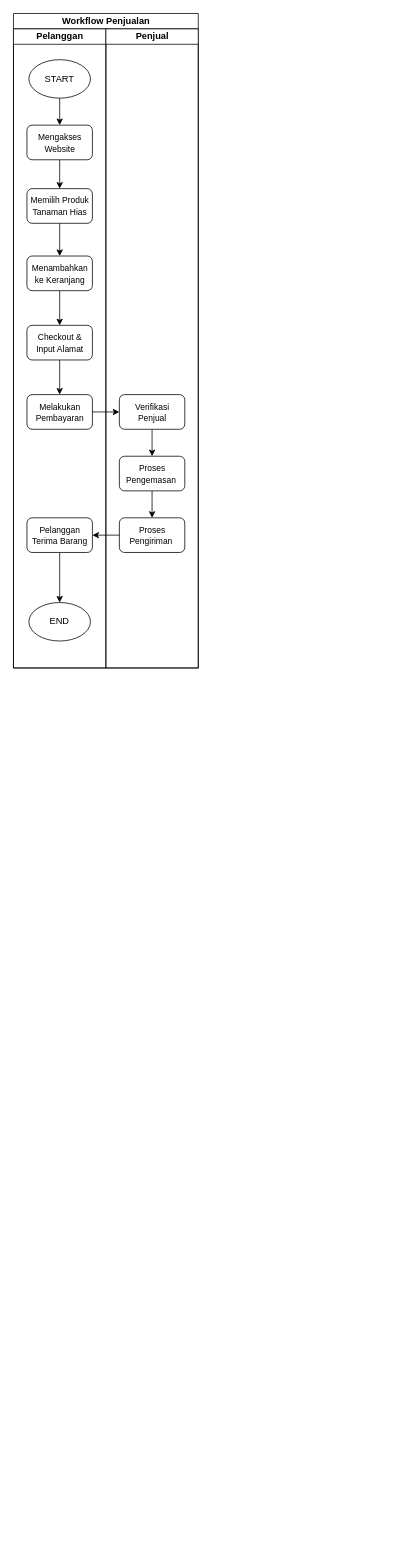
Before: Wokflow UTS RPL.drawio in xnoname2003/flowchart, a draw.io diagram. Source tidied: cells renumbered, new cells numbered last; positions are measured from the earlier drawing's top-left corner, leaving out a move shared by most shapes. Both pictures are drawn from the tidied source at 77%, with x=0, y=0 at pixel (13, 13).
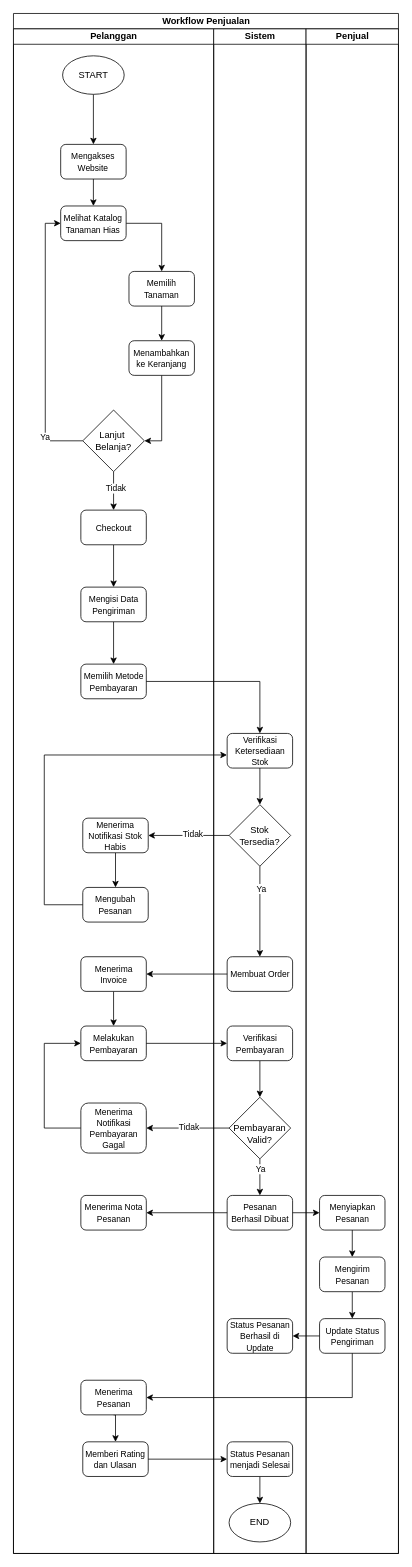
The same page after the edit.

The edit, as a diff of the source:
```diff
@@
     <mxCell id="2" value="Workflow Penjualan" style="swimlane;startSize=20;html=1;" parent="1" vertex="1">
-      <mxGeometry width="240" height="850" as="geometry" />
+      <mxGeometry width="500" height="2000" as="geometry" />
     </mxCell>
     <mxCell id="3" value="Pelanggan" style="swimlane;startSize=20;html=1;" parent="2" vertex="1">
-      <mxGeometry y="20" width="120" height="830" as="geometry" />
+      <mxGeometry y="20" width="260" height="1980" as="geometry" />
     </mxCell>
@@
     <mxCell id="5" value="START" style="ellipse;whiteSpace=wrap;html=1;" parent="3" vertex="1">
-      <mxGeometry x="20" y="40" width="80" height="50" as="geometry" />
+      <mxGeometry x="63.8" y="35" width="80" height="50" as="geometry" />
     </mxCell>
-    <mxCell id="6" style="edgeStyle=orthogonalEdgeStyle;rounded=0;jettySize=auto;html=1;exitX=0.5;exitY=1;exitDx=0;exitDy=0;entryX=0.5;entryY=0;entryDx=0;entryDy=0;" parent="3" edge="1" source="7" target="9">
-      <mxGeometry relative="1" as="geometry" />
-    </mxCell>
     <mxCell id="7" value="&lt;font style=&quot;font-size: 11px;&quot;&gt;Mengakses Website&lt;/font&gt;" style="rounded=1;whiteSpace=wrap;html=1;" parent="3" vertex="1">
-      <mxGeometry x="17.5" y="125" width="85" height="45" as="geometry" />
+      <mxGeometry x="61.3" y="150" width="85" height="45" as="geometry" />
     </mxCell>
-    <mxCell id="8" style="edgeStyle=orthogonalEdgeStyle;rounded=0;jettySize=auto;html=1;exitX=0.5;exitY=1;exitDx=0;exitDy=0;" parent="3" edge="1" source="9" target="11">
-      <mxGeometry relative="1" as="geometry" />
-    </mxCell>
-    <mxCell id="9" value="&lt;font style=&quot;font-size: 11px;&quot;&gt;Memilih Produk Tanaman Hias&lt;/font&gt;" style="rounded=1;whiteSpace=wrap;html=1;" parent="3" vertex="1">
-      <mxGeometry x="17.5" y="207.5" width="85" height="45" as="geometry" />
-    </mxCell>
-    <mxCell id="10" style="edgeStyle=orthogonalEdgeStyle;rounded=0;jettySize=auto;html=1;exitX=0.5;exitY=1;exitDx=0;exitDy=0;entryX=0.5;entryY=0;entryDx=0;entryDy=0;" parent="3" edge="1" source="11" target="13">
-      <mxGeometry relative="1" as="geometry" />
-    </mxCell>
+    <mxCell id="26" style="edgeStyle=orthogonalEdgeStyle;rounded=0;jettySize=auto;html=1;exitX=0.5;exitY=1;exitDx=0;exitDy=0;entryX=0.5;entryY=0;entryDx=0;entryDy=0;" parent="3" edge="1" source="7" target="28">
+      <mxGeometry relative="1" as="geometry" />
+    </mxCell>
+    <mxCell id="27" style="edgeStyle=orthogonalEdgeStyle;rounded=0;jettySize=auto;html=1;exitX=1;exitY=0.5;exitDx=0;exitDy=0;" parent="3" edge="1" source="28" target="30">
+      <mxGeometry relative="1" as="geometry" />
+    </mxCell>
+    <mxCell id="28" value="&lt;font style=&quot;font-size: 11px;&quot;&gt;Melihat Katalog Tanaman Hias&lt;/font&gt;" style="rounded=1;whiteSpace=wrap;html=1;" parent="3" vertex="1">
+      <mxGeometry x="61.3" y="230" width="85" height="45" as="geometry" />
+    </mxCell>
+    <mxCell id="29" style="edgeStyle=orthogonalEdgeStyle;rounded=0;jettySize=auto;html=1;" parent="3" edge="1" source="30" target="11">
+      <mxGeometry relative="1" as="geometry" />
+    </mxCell>
+    <mxCell id="30" value="&lt;font style=&quot;font-size: 11px;&quot;&gt;Memilih Tanaman&lt;/font&gt;" style="rounded=1;whiteSpace=wrap;html=1;" parent="3" vertex="1">
+      <mxGeometry x="150" y="315" width="85" height="45" as="geometry" />
+    </mxCell>
+    <mxCell id="31" style="edgeStyle=orthogonalEdgeStyle;rounded=0;jettySize=auto;html=1;exitX=0.5;exitY=1;exitDx=0;exitDy=0;entryX=1;entryY=0.5;entryDx=0;entryDy=0;" parent="3" edge="1" source="11" target="36">
+      <mxGeometry relative="1" as="geometry" />
+    </mxCell>
     <mxCell id="11" value="&lt;font style=&quot;font-size: 11px;&quot;&gt;Menambahkan ke Keranjang&lt;/font&gt;" style="rounded=1;whiteSpace=wrap;html=1;" parent="3" vertex="1">
-      <mxGeometry x="17.5" y="295" width="85" height="45" as="geometry" />
+      <mxGeometry x="150" y="405" width="85" height="45" as="geometry" />
     </mxCell>
-    <mxCell id="12" style="edgeStyle=orthogonalEdgeStyle;rounded=0;jettySize=auto;html=1;exitX=0.5;exitY=1;exitDx=0;exitDy=0;entryX=0.5;entryY=0;entryDx=0;entryDy=0;" parent="3" edge="1" source="13" target="14">
-      <mxGeometry relative="1" as="geometry" />
-    </mxCell>
-    <mxCell id="13" value="&lt;font style=&quot;font-size: 11px;&quot;&gt;Checkout &amp;amp; Input Alamat&lt;/font&gt;" style="rounded=1;whiteSpace=wrap;html=1;" parent="3" vertex="1">
-      <mxGeometry x="17.5" y="385" width="85" height="45" as="geometry" />
-    </mxCell>
+    <mxCell id="32" style="edgeStyle=orthogonalEdgeStyle;rounded=0;jettySize=auto;html=1;entryX=0;entryY=0.5;entryDx=0;entryDy=0;exitX=0;exitY=0.5;exitDx=0;exitDy=0;" parent="3" edge="1" source="36" target="28">
+      <mxGeometry relative="1" as="geometry" />
+    </mxCell>
+    <mxCell id="33" value="Ya" style="edgeLabel;html=1;align=center;verticalAlign=middle;" parent="32" vertex="1">
+      <mxGeometry x="-0.7" y="1" relative="1" as="geometry" />
+    </mxCell>
+    <mxCell id="34" style="edgeStyle=orthogonalEdgeStyle;rounded=0;jettySize=auto;html=1;exitX=0.5;exitY=1;exitDx=0;exitDy=0;" parent="3" edge="1" source="36" target="38">
+      <mxGeometry relative="1" as="geometry" />
+    </mxCell>
+    <mxCell id="35" value="Tidak" style="edgeLabel;html=1;align=center;verticalAlign=middle;" parent="34" vertex="1">
+      <mxGeometry x="-0.18" y="2" relative="1" as="geometry" />
+    </mxCell>
+    <mxCell id="36" value="Lanjut&amp;nbsp;&lt;div&gt;Belanja?&lt;/div&gt;" style="rhombus;whiteSpace=wrap;html=1;" parent="3" vertex="1">
+      <mxGeometry x="90" y="495" width="80" height="80" as="geometry" />
+    </mxCell>
+    <mxCell id="37" style="edgeStyle=orthogonalEdgeStyle;rounded=0;jettySize=auto;html=1;exitX=0.5;exitY=1;exitDx=0;exitDy=0;" parent="3" edge="1" source="38" target="40">
+      <mxGeometry relative="1" as="geometry" />
+    </mxCell>
+    <mxCell id="38" value="&lt;span style=&quot;font-size: 11px;&quot;&gt;Checkout&lt;/span&gt;" style="rounded=1;whiteSpace=wrap;html=1;" parent="3" vertex="1">
+      <mxGeometry x="87.5" y="625" width="85" height="45" as="geometry" />
+    </mxCell>
+    <mxCell id="39" style="edgeStyle=orthogonalEdgeStyle;rounded=0;jettySize=auto;html=1;exitX=0.5;exitY=1;exitDx=0;exitDy=0;entryX=0.5;entryY=0;entryDx=0;entryDy=0;" parent="3" edge="1" source="40" target="41">
+      <mxGeometry relative="1" as="geometry" />
+    </mxCell>
+    <mxCell id="40" value="&lt;span style=&quot;font-size: 11px;&quot;&gt;Mengisi Data Pengiriman&lt;/span&gt;" style="rounded=1;whiteSpace=wrap;html=1;" parent="3" vertex="1">
+      <mxGeometry x="87.5" y="725" width="85" height="45" as="geometry" />
+    </mxCell>
+    <mxCell id="41" value="&lt;span style=&quot;font-size: 11px;&quot;&gt;Memilih Metode Pembayaran&lt;/span&gt;" style="rounded=1;whiteSpace=wrap;html=1;" parent="3" vertex="1">
+      <mxGeometry x="87.5" y="825" width="85" height="45" as="geometry" />
+    </mxCell>
+    <mxCell id="42" style="edgeStyle=orthogonalEdgeStyle;rounded=0;jettySize=auto;html=1;exitX=0.5;exitY=1;exitDx=0;exitDy=0;entryX=0.5;entryY=0;entryDx=0;entryDy=0;" parent="3" edge="1" source="43" target="44">
+      <mxGeometry relative="1" as="geometry" />
+    </mxCell>
+    <mxCell id="43" value="&lt;span style=&quot;font-size: 11px;&quot;&gt;Menerima Notifikasi Stok Habis&lt;/span&gt;" style="rounded=1;whiteSpace=wrap;html=1;" parent="3" vertex="1">
+      <mxGeometry x="90" y="1025" width="85" height="45" as="geometry" />
+    </mxCell>
+    <mxCell id="44" value="&lt;span style=&quot;font-size: 11px;&quot;&gt;Mengubah Pesanan&lt;/span&gt;" style="rounded=1;whiteSpace=wrap;html=1;" parent="3" vertex="1">
+      <mxGeometry x="90" y="1115" width="85" height="45" as="geometry" />
+    </mxCell>
+    <mxCell id="45" style="edgeStyle=orthogonalEdgeStyle;rounded=0;jettySize=auto;html=1;exitX=0.5;exitY=1;exitDx=0;exitDy=0;entryX=0.5;entryY=0;entryDx=0;entryDy=0;" parent="3" edge="1" source="46" target="14">
+      <mxGeometry relative="1" as="geometry" />
+    </mxCell>
+    <mxCell id="46" value="&lt;span style=&quot;font-size: 11px;&quot;&gt;Menerima Invoice&lt;/span&gt;" style="rounded=1;whiteSpace=wrap;html=1;" parent="3" vertex="1">
+      <mxGeometry x="87.5" y="1205" width="85" height="45" as="geometry" />
+    </mxCell>
-    <mxCell id="14" value="&lt;font style=&quot;font-size: 11px;&quot;&gt;Melakukan Pembayaran&lt;/font&gt;" style="rounded=1;whiteSpace=wrap;html=1;" parent="3" vertex="1">
-      <mxGeometry x="17.5" y="475" width="85" height="45" as="geometry" />
+    <mxCell id="14" value="&lt;span style=&quot;font-size: 11px;&quot;&gt;Melakukan Pembayaran&lt;/span&gt;" style="rounded=1;whiteSpace=wrap;html=1;" parent="3" vertex="1">
+      <mxGeometry x="87.5" y="1295" width="85" height="45" as="geometry" />
     </mxCell>
-    <mxCell id="15" style="edgeStyle=orthogonalEdgeStyle;rounded=0;jettySize=auto;html=1;exitX=0.5;exitY=1;exitDx=0;exitDy=0;entryX=0.5;entryY=0;entryDx=0;entryDy=0;" parent="3" edge="1" source="16" target="17">
-      <mxGeometry relative="1" as="geometry" />
-    </mxCell>
-    <mxCell id="16" value="&lt;font style=&quot;font-size: 11px;&quot;&gt;Pelanggan Terima Barang&lt;/font&gt;" style="rounded=1;whiteSpace=wrap;html=1;" parent="3" vertex="1">
-      <mxGeometry x="17.5" y="635" width="85" height="45" as="geometry" />
-    </mxCell>
+    <mxCell id="47" style="edgeStyle=orthogonalEdgeStyle;rounded=0;jettySize=auto;html=1;entryX=0;entryY=0.5;entryDx=0;entryDy=0;exitX=0;exitY=0.5;exitDx=0;exitDy=0;" parent="3" edge="1" source="48" target="14">
+      <mxGeometry relative="1" as="geometry">
+        <Array as="points">
+          <mxPoint x="40" y="1427" />
+          <mxPoint x="40" y="1317" />
+        </Array>
+      </mxGeometry>
+    </mxCell>
+    <mxCell id="48" value="&lt;span style=&quot;font-size: 11px;&quot;&gt;Menerima Notifikasi Pembayaran Gagal&lt;/span&gt;" style="rounded=1;whiteSpace=wrap;html=1;" parent="3" vertex="1">
+      <mxGeometry x="87.5" y="1395" width="85" height="65" as="geometry" />
+    </mxCell>
+    <mxCell id="49" value="&lt;span style=&quot;font-size: 11px;&quot;&gt;Menerima Nota Pesanan&lt;/span&gt;" style="rounded=1;whiteSpace=wrap;html=1;" parent="3" vertex="1">
+      <mxGeometry x="87.5" y="1515" width="85" height="45" as="geometry" />
+    </mxCell>
+    <mxCell id="50" style="edgeStyle=orthogonalEdgeStyle;rounded=0;jettySize=auto;html=1;exitX=0.5;exitY=1;exitDx=0;exitDy=0;entryX=0.5;entryY=0;entryDx=0;entryDy=0;" parent="3" edge="1" source="51" target="52">
+      <mxGeometry relative="1" as="geometry" />
+    </mxCell>
+    <mxCell id="51" value="&lt;span style=&quot;font-size: 11px;&quot;&gt;Menerima Pesanan&lt;/span&gt;" style="rounded=1;whiteSpace=wrap;html=1;" parent="3" vertex="1">
+      <mxGeometry x="87.5" y="1755" width="85" height="45" as="geometry" />
+    </mxCell>
+    <mxCell id="52" value="&lt;span style=&quot;font-size: 11px;&quot;&gt;Memberi Rating dan Ulasan&lt;/span&gt;" style="rounded=1;whiteSpace=wrap;html=1;" parent="3" vertex="1">
+      <mxGeometry x="90" y="1835" width="85" height="45" as="geometry" />
+    </mxCell>
+    <mxCell id="53" value="Sistem" style="swimlane;startSize=20;html=1;" parent="2" vertex="1">
+      <mxGeometry x="260" y="20" width="120" height="1980" as="geometry" />
+    </mxCell>
+    <mxCell id="54" style="edgeStyle=orthogonalEdgeStyle;rounded=0;jettySize=auto;html=1;exitX=0.5;exitY=1;exitDx=0;exitDy=0;entryX=0.5;entryY=0;entryDx=0;entryDy=0;" parent="53" edge="1" source="56" target="59">
+      <mxGeometry relative="1" as="geometry" />
+    </mxCell>
+    <mxCell id="55" value="Ya" style="edgeLabel;html=1;align=center;verticalAlign=middle;" parent="54" vertex="1">
+      <mxGeometry x="-0.51" y="1" relative="1" as="geometry" />
+    </mxCell>
+    <mxCell id="56" value="Stok Tersedia?" style="rhombus;whiteSpace=wrap;html=1;" parent="53" vertex="1">
+      <mxGeometry x="20" y="1007.5" width="80" height="80" as="geometry" />
+    </mxCell>
+    <mxCell id="57" style="edgeStyle=orthogonalEdgeStyle;rounded=0;jettySize=auto;html=1;exitX=0.5;exitY=1;exitDx=0;exitDy=0;entryX=0.5;entryY=0;entryDx=0;entryDy=0;" parent="53" edge="1" source="58" target="56">
+      <mxGeometry relative="1" as="geometry" />
+    </mxCell>
+    <mxCell id="58" value="&lt;span style=&quot;font-size: 11px;&quot;&gt;Verifikasi Ketersediaan Stok&lt;/span&gt;" style="rounded=1;whiteSpace=wrap;html=1;" parent="53" vertex="1">
+      <mxGeometry x="17.5" y="915" width="85" height="45" as="geometry" />
+    </mxCell>
+    <mxCell id="59" value="&lt;span style=&quot;font-size: 11px;&quot;&gt;Membuat Order&lt;/span&gt;" style="rounded=1;whiteSpace=wrap;html=1;" parent="53" vertex="1">
+      <mxGeometry x="17.5" y="1205" width="85" height="45" as="geometry" />
+    </mxCell>
+    <mxCell id="60" style="edgeStyle=orthogonalEdgeStyle;rounded=0;jettySize=auto;html=1;entryX=0.5;entryY=0;entryDx=0;entryDy=0;" parent="53" edge="1" source="61" target="64">
+      <mxGeometry relative="1" as="geometry" />
+    </mxCell>
+    <mxCell id="61" value="&lt;span style=&quot;font-size: 11px;&quot;&gt;Verifikasi Pembayaran&lt;/span&gt;" style="rounded=1;whiteSpace=wrap;html=1;" parent="53" vertex="1">
+      <mxGeometry x="17.5" y="1295" width="85" height="45" as="geometry" />
+    </mxCell>
+    <mxCell id="62" style="edgeStyle=orthogonalEdgeStyle;rounded=0;jettySize=auto;html=1;exitX=0.5;exitY=1;exitDx=0;exitDy=0;entryX=0.5;entryY=0;entryDx=0;entryDy=0;" parent="53" edge="1" source="64" target="65">
+      <mxGeometry relative="1" as="geometry" />
+    </mxCell>
+    <mxCell id="63" value="Ya" style="edgeLabel;html=1;align=center;verticalAlign=middle;" parent="62" vertex="1">
+      <mxGeometry x="-0.46" relative="1" as="geometry" />
+    </mxCell>
+    <mxCell id="64" value="&lt;div&gt;&lt;font&gt;&lt;br&gt;&lt;/font&gt;&lt;/div&gt;&lt;font&gt;Pembayaran Valid?&lt;/font&gt;" style="rhombus;whiteSpace=wrap;html=1;" parent="53" vertex="1">
+      <mxGeometry x="20" y="1387.5" width="80" height="80" as="geometry" />
+    </mxCell>
+    <mxCell id="65" value="&lt;span style=&quot;font-size: 11px;&quot;&gt;Pesanan Berhasil Dibuat&lt;/span&gt;" style="rounded=1;whiteSpace=wrap;html=1;" parent="53" vertex="1">
+      <mxGeometry x="17.5" y="1515" width="85" height="45" as="geometry" />
+    </mxCell>
+    <mxCell id="66" value="&lt;span style=&quot;font-size: 11px;&quot;&gt;Status Pesanan Berhasil di Update&lt;/span&gt;" style="rounded=1;whiteSpace=wrap;html=1;" parent="53" vertex="1">
+      <mxGeometry x="17.5" y="1675" width="85" height="45" as="geometry" />
+    </mxCell>
+    <mxCell id="67" style="edgeStyle=orthogonalEdgeStyle;rounded=0;jettySize=auto;html=1;exitX=0.5;exitY=1;exitDx=0;exitDy=0;entryX=0.5;entryY=0;entryDx=0;entryDy=0;" parent="53" edge="1" source="68" target="17">
+      <mxGeometry relative="1" as="geometry" />
+    </mxCell>
+    <mxCell id="68" value="&lt;span style=&quot;font-size: 11px;&quot;&gt;Status Pesanan menjadi Selesai&lt;/span&gt;" style="rounded=1;whiteSpace=wrap;html=1;" parent="53" vertex="1">
+      <mxGeometry x="17.5" y="1835" width="85" height="45" as="geometry" />
+    </mxCell>
-    <mxCell id="17" value="END" style="ellipse;whiteSpace=wrap;html=1;" parent="3" vertex="1">
-      <mxGeometry x="20" y="745" width="80" height="50" as="geometry" />
+    <mxCell id="17" value="END" style="ellipse;whiteSpace=wrap;html=1;" parent="53" vertex="1">
+      <mxGeometry x="20" y="1915" width="80" height="50" as="geometry" />
     </mxCell>
     <mxCell id="18" value="Penjual" style="swimlane;startSize=20;html=1;" parent="2" vertex="1">
-      <mxGeometry x="120" y="20" width="120" height="830" as="geometry" />
+      <mxGeometry x="380" y="20" width="120" height="1980" as="geometry" />
     </mxCell>
-    <mxCell id="19" style="edgeStyle=orthogonalEdgeStyle;rounded=0;jettySize=auto;html=1;exitX=0.5;exitY=1;exitDx=0;exitDy=0;entryX=0.5;entryY=0;entryDx=0;entryDy=0;" parent="18" edge="1" source="20" target="22">
-      <mxGeometry relative="1" as="geometry" />
-    </mxCell>
-    <mxCell id="20" value="&lt;font style=&quot;font-size: 11px;&quot;&gt;Verifikasi Penjual&lt;/font&gt;" style="rounded=1;whiteSpace=wrap;html=1;" parent="18" vertex="1">
-      <mxGeometry x="17.5" y="475" width="85" height="45" as="geometry" />
-    </mxCell>
-    <mxCell id="21" style="edgeStyle=orthogonalEdgeStyle;rounded=0;jettySize=auto;html=1;exitX=0.5;exitY=1;exitDx=0;exitDy=0;entryX=0.5;entryY=0;entryDx=0;entryDy=0;" parent="18" edge="1" source="22" target="23">
-      <mxGeometry relative="1" as="geometry" />
-    </mxCell>
-    <mxCell id="22" value="&lt;font style=&quot;font-size: 11px;&quot;&gt;Proses Pengemasan&amp;nbsp;&lt;/font&gt;" style="rounded=1;whiteSpace=wrap;html=1;" parent="18" vertex="1">
-      <mxGeometry x="17.5" y="555" width="85" height="45" as="geometry" />
-    </mxCell>
-    <mxCell id="23" value="&lt;font style=&quot;font-size: 11px;&quot;&gt;Proses Pengiriman&amp;nbsp;&lt;/font&gt;" style="rounded=1;whiteSpace=wrap;html=1;" parent="18" vertex="1">
-      <mxGeometry x="17.5" y="635" width="85" height="45" as="geometry" />
-    </mxCell>
-    <mxCell id="24" style="edgeStyle=orthogonalEdgeStyle;rounded=0;jettySize=auto;html=1;exitX=1;exitY=0.5;exitDx=0;exitDy=0;entryX=0;entryY=0.5;entryDx=0;entryDy=0;" parent="2" edge="1" source="14" target="20">
-      <mxGeometry relative="1" as="geometry" />
-    </mxCell>
-    <mxCell id="25" style="edgeStyle=orthogonalEdgeStyle;rounded=0;jettySize=auto;html=1;exitX=0;exitY=0.5;exitDx=0;exitDy=0;entryX=1;entryY=0.5;entryDx=0;entryDy=0;" parent="2" edge="1" source="23" target="16">
-      <mxGeometry relative="1" as="geometry" />
-    </mxCell>
+    <mxCell id="69" style="edgeStyle=orthogonalEdgeStyle;rounded=0;jettySize=auto;html=1;exitX=0.5;exitY=1;exitDx=0;exitDy=0;entryX=0.5;entryY=0;entryDx=0;entryDy=0;" parent="18" edge="1" source="70" target="72">
+      <mxGeometry relative="1" as="geometry" />
+    </mxCell>
+    <mxCell id="70" value="&lt;span style=&quot;font-size: 11px;&quot;&gt;Menyiapkan Pesanan&lt;/span&gt;" style="rounded=1;whiteSpace=wrap;html=1;" parent="18" vertex="1">
+      <mxGeometry x="17.5" y="1515" width="85" height="45" as="geometry" />
+    </mxCell>
+    <mxCell id="71" style="edgeStyle=orthogonalEdgeStyle;rounded=0;jettySize=auto;html=1;exitX=0.5;exitY=1;exitDx=0;exitDy=0;entryX=0.5;entryY=0;entryDx=0;entryDy=0;" parent="18" edge="1" source="72" target="73">
+      <mxGeometry relative="1" as="geometry" />
+    </mxCell>
+    <mxCell id="72" value="&lt;span style=&quot;font-size: 11px;&quot;&gt;Mengirim Pesanan&lt;/span&gt;" style="rounded=1;whiteSpace=wrap;html=1;" parent="18" vertex="1">
+      <mxGeometry x="17.5" y="1595" width="85" height="45" as="geometry" />
+    </mxCell>
+    <mxCell id="73" value="&lt;span style=&quot;font-size: 11px;&quot;&gt;Update Status Pengiriman&lt;/span&gt;" style="rounded=1;whiteSpace=wrap;html=1;" parent="18" vertex="1">
+      <mxGeometry x="17.5" y="1675" width="85" height="45" as="geometry" />
+    </mxCell>
+    <mxCell id="74" style="edgeStyle=orthogonalEdgeStyle;rounded=0;jettySize=auto;html=1;exitX=1;exitY=0.5;exitDx=0;exitDy=0;entryX=0.5;entryY=0;entryDx=0;entryDy=0;" parent="2" edge="1" source="41" target="58">
+      <mxGeometry relative="1" as="geometry" />
+    </mxCell>
+    <mxCell id="75" style="edgeStyle=orthogonalEdgeStyle;rounded=0;jettySize=auto;html=1;exitX=0;exitY=0.5;exitDx=0;exitDy=0;entryX=-0.003;entryY=0.622;entryDx=0;entryDy=0;entryPerimeter=0;" parent="2" edge="1" source="44" target="58">
+      <mxGeometry relative="1" as="geometry">
+        <Array as="points">
+          <mxPoint x="40" y="1157" />
+          <mxPoint x="40" y="963" />
+        </Array>
+      </mxGeometry>
+    </mxCell>
+    <mxCell id="76" style="edgeStyle=orthogonalEdgeStyle;rounded=0;jettySize=auto;html=1;exitX=0;exitY=0.5;exitDx=0;exitDy=0;" parent="2" edge="1" source="56" target="43">
+      <mxGeometry relative="1" as="geometry" />
+    </mxCell>
+    <mxCell id="77" value="Tidak" style="edgeLabel;html=1;align=center;verticalAlign=middle;" parent="76" vertex="1">
+      <mxGeometry x="-0.08" y="-2" relative="1" as="geometry" />
+    </mxCell>
+    <mxCell id="78" style="edgeStyle=orthogonalEdgeStyle;rounded=0;jettySize=auto;html=1;exitX=0;exitY=0.5;exitDx=0;exitDy=0;entryX=1;entryY=0.5;entryDx=0;entryDy=0;" parent="2" edge="1" source="59" target="46">
+      <mxGeometry relative="1" as="geometry" />
+    </mxCell>
+    <mxCell id="79" style="edgeStyle=orthogonalEdgeStyle;rounded=0;jettySize=auto;html=1;exitX=1;exitY=0.5;exitDx=0;exitDy=0;entryX=0;entryY=0.5;entryDx=0;entryDy=0;" parent="2" edge="1" source="14" target="61">
+      <mxGeometry relative="1" as="geometry" />
+    </mxCell>
+    <mxCell id="80" style="edgeStyle=orthogonalEdgeStyle;rounded=0;jettySize=auto;html=1;exitX=0;exitY=0.5;exitDx=0;exitDy=0;" parent="2" edge="1" source="64" target="48">
+      <mxGeometry relative="1" as="geometry" />
+    </mxCell>
+    <mxCell id="81" value="Tidak" style="edgeLabel;html=1;align=center;verticalAlign=middle;" parent="80" vertex="1">
+      <mxGeometry x="-0.01" y="-1" relative="1" as="geometry" />
+    </mxCell>
+    <mxCell id="82" style="edgeStyle=orthogonalEdgeStyle;rounded=0;jettySize=auto;html=1;exitX=0;exitY=0.5;exitDx=0;exitDy=0;entryX=1;entryY=0.5;entryDx=0;entryDy=0;" parent="2" edge="1" source="65" target="49">
+      <mxGeometry relative="1" as="geometry" />
+    </mxCell>
+    <mxCell id="83" style="edgeStyle=orthogonalEdgeStyle;rounded=0;jettySize=auto;html=1;exitX=1;exitY=0.5;exitDx=0;exitDy=0;entryX=0;entryY=0.5;entryDx=0;entryDy=0;" parent="2" edge="1" source="65" target="70">
+      <mxGeometry relative="1" as="geometry" />
+    </mxCell>
+    <mxCell id="84" style="edgeStyle=orthogonalEdgeStyle;rounded=0;jettySize=auto;html=1;exitX=0;exitY=0.5;exitDx=0;exitDy=0;entryX=1;entryY=0.5;entryDx=0;entryDy=0;" parent="2" edge="1" source="73" target="66">
+      <mxGeometry relative="1" as="geometry" />
+    </mxCell>
+    <mxCell id="85" style="edgeStyle=orthogonalEdgeStyle;rounded=0;jettySize=auto;html=1;exitX=0.5;exitY=1;exitDx=0;exitDy=0;entryX=1;entryY=0.5;entryDx=0;entryDy=0;" parent="2" edge="1" source="73" target="51">
+      <mxGeometry relative="1" as="geometry" />
+    </mxCell>
+    <mxCell id="86" style="edgeStyle=orthogonalEdgeStyle;rounded=0;jettySize=auto;html=1;exitX=1;exitY=0.5;exitDx=0;exitDy=0;" parent="2" edge="1" source="52" target="68">
+      <mxGeometry relative="1" as="geometry" />
+    </mxCell>
```
